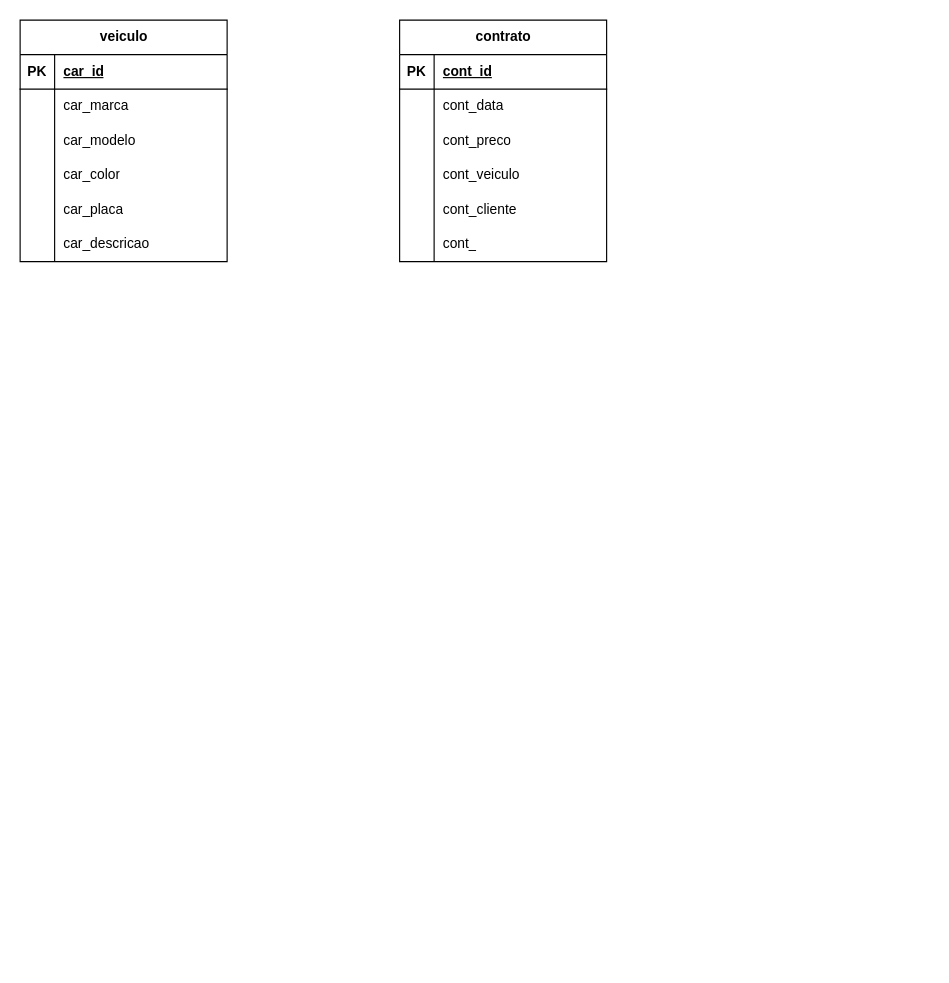
The draw.io diagram Diagrama sem nome.drawio in henrique-furtado47/Banco-de-Dados-I-2025, before the edit. Source tidied: cells renumbered, new cells numbered last; positions are measured from the earlier drawing's top-left corner, leaving out a move shared by most shapes. Both pictures are drawn from the tidied source at 115%, with x=0, y=0 at pixel (20, 20).
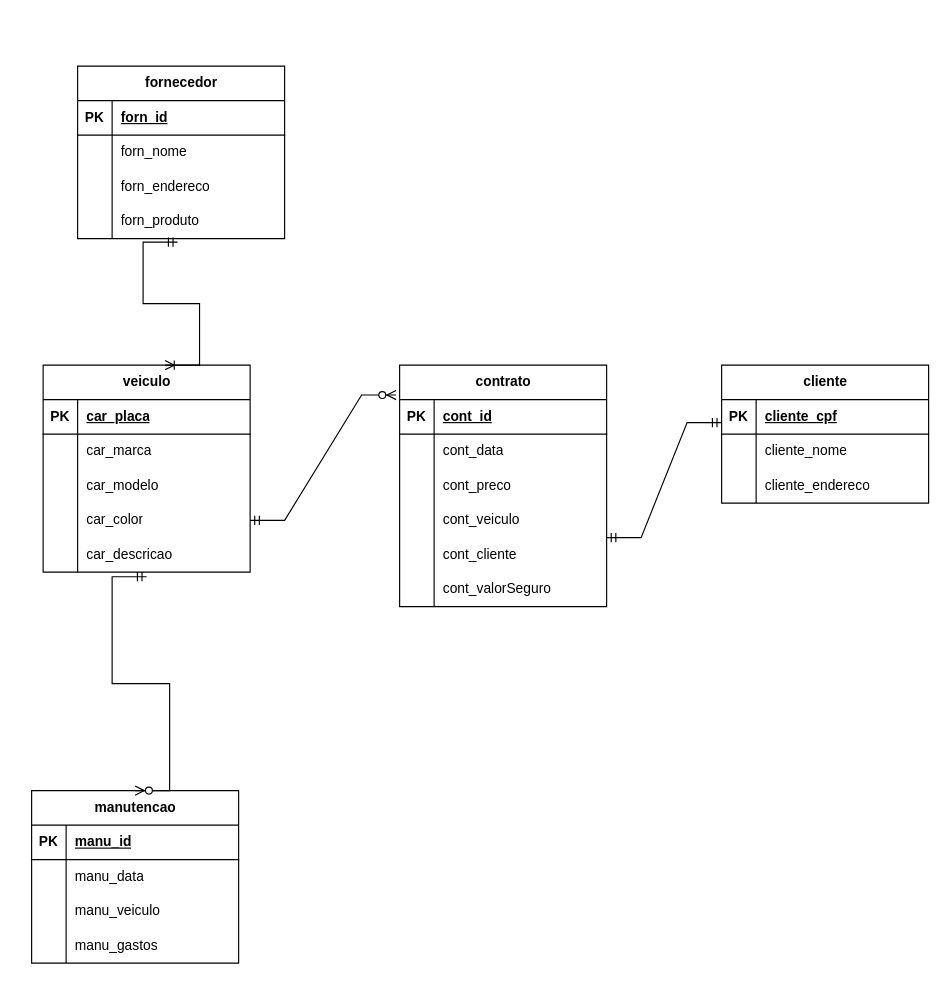
The same diagram, later.

The change refers to these unchanged cells:
```xml
<mxCell id="3" style="shape=tableRow;horizontal=0;startSize=0;swimlaneHead=0;swimlaneBody=0;fillColor=none;top=0;left=0;right=0;bottom=1;" parent="2" vertex="1">
  <mxGeometry y="30" width="180" height="30" as="geometry" />
</mxCell>
<mxCell id="12" style="shape=tableRow;horizontal=0;startSize=0;swimlaneHead=0;swimlaneBody=0;fillColor=none;points=[[0,0.5],[1,0.5]];portConstraint=eastwest;top=0;left=0;right=0;bottom=0;" parent="2" vertex="1">
  <mxGeometry y="120" width="180" height="30" as="geometry" />
</mxCell>
<mxCell id="22" style="shape=tableRow;horizontal=0;startSize=0;swimlaneHead=0;swimlaneBody=0;fillColor=none;points=[[0,0.5],[1,0.5]];portConstraint=eastwest;top=0;left=0;right=0;bottom=1;" parent="21" vertex="1">
  <mxGeometry y="30" width="180" height="30" as="geometry" />
</mxCell>
<mxCell id="37" style="shape=tableRow;horizontal=0;startSize=0;swimlaneHead=0;swimlaneBody=0;fillColor=none;top=0;left=0;right=0;bottom=0;" parent="21" vertex="1">
  <mxGeometry y="180" width="180" height="30" as="geometry" />
</mxCell>
```

Change to the diagram source:
```diff
@@
     <mxCell id="2" value="veiculo" style="shape=table;startSize=30;childLayout=tableLayout;rowLines=0;fontStyle=1;align=center;html=1;" parent="1" vertex="1">
-      <mxGeometry width="180" height="210" as="geometry" />
+      <mxGeometry x="20" y="300" width="180" height="180" as="geometry" />
     </mxCell>
@@
-    <mxCell id="5" value="car_id" style="shape=partialRectangle;fillColor=none;top=0;left=0;bottom=0;right=0;align=left;spacingLeft=6;fontStyle=5;overflow=hidden;whiteSpace=wrap;html=1;" parent="3" vertex="1">
+    <mxCell id="5" value="car_placa" style="shape=partialRectangle;fillColor=none;top=0;left=0;bottom=0;right=0;align=left;spacingLeft=6;fontStyle=5;overflow=hidden;whiteSpace=wrap;html=1;" parent="3" vertex="1">
       <mxGeometry x="30" width="150" height="30" as="geometry" />
     </mxCell>
@@
-    <mxCell id="15" style="shape=tableRow;horizontal=0;startSize=0;swimlaneHead=0;swimlaneBody=0;fillColor=none;top=0;left=0;right=0;bottom=0;" parent="2" vertex="1">
-      <mxGeometry y="150" width="180" height="30" as="geometry" />
-    </mxCell>
-    <mxCell id="16" style="shape=partialRectangle;fillColor=none;top=0;left=0;bottom=0;right=0;overflow=hidden;whiteSpace=wrap;html=1;" parent="15" vertex="1">
-      <mxGeometry width="30" height="30" as="geometry" />
-    </mxCell>
-    <mxCell id="17" value="car_placa" style="shape=partialRectangle;fillColor=none;top=0;left=0;bottom=0;right=0;align=left;spacingLeft=6;overflow=hidden;whiteSpace=wrap;html=1;" parent="15" vertex="1">
-      <mxGeometry x="30" width="150" height="30" as="geometry" />
-    </mxCell>
     <mxCell id="18" style="shape=tableRow;horizontal=0;startSize=0;swimlaneHead=0;swimlaneBody=0;fillColor=none;points=[[0,0.5],[1,0.5]];portConstraint=eastwest;top=0;left=0;right=0;bottom=0;" parent="2" vertex="1">
-      <mxGeometry y="180" width="180" height="30" as="geometry" />
+      <mxGeometry y="150" width="180" height="30" as="geometry" />
     </mxCell>
@@
     <mxCell id="21" value="contrato" style="shape=table;startSize=30;childLayout=tableLayout;rowLines=0;fontStyle=1;align=center;html=1;" parent="1" vertex="1">
-      <mxGeometry x="330" width="180" height="210" as="geometry" />
+      <mxGeometry x="330" y="300" width="180" height="210" as="geometry" />
     </mxCell>
@@
-    <mxCell id="39" value="cont_" style="shape=partialRectangle;fillColor=none;top=0;left=0;bottom=0;right=0;align=left;spacingLeft=6;overflow=hidden;whiteSpace=wrap;html=1;" parent="37" vertex="1">
+    <mxCell id="39" value="cont_valorSeguro" style="shape=partialRectangle;fillColor=none;top=0;left=0;bottom=0;right=0;align=left;spacingLeft=6;overflow=hidden;whiteSpace=wrap;html=1;" parent="37" vertex="1">
       <mxGeometry x="30" width="150" height="30" as="geometry" />
     </mxCell>
+    <mxCell id="40" value="fornecedor" style="shape=table;startSize=30;childLayout=tableLayout;rowLines=0;fontStyle=1;align=center;html=1;" parent="1" vertex="1">
+      <mxGeometry x="50" y="40" width="180" height="150" as="geometry" />
+    </mxCell>
+    <mxCell id="41" style="shape=tableRow;horizontal=0;startSize=0;swimlaneHead=0;swimlaneBody=0;fillColor=none;top=0;left=0;right=0;bottom=1;" parent="40" vertex="1">
+      <mxGeometry y="30" width="180" height="30" as="geometry" />
+    </mxCell>
+    <mxCell id="42" value="PK" style="shape=partialRectangle;fillColor=none;top=0;left=0;bottom=0;right=0;fontStyle=1;overflow=hidden;whiteSpace=wrap;html=1;" parent="41" vertex="1">
+      <mxGeometry width="30" height="30" as="geometry" />
+    </mxCell>
+    <mxCell id="43" value="forn_id" style="shape=partialRectangle;fillColor=none;top=0;left=0;bottom=0;right=0;align=left;spacingLeft=6;fontStyle=5;overflow=hidden;whiteSpace=wrap;html=1;" parent="41" vertex="1">
+      <mxGeometry x="30" width="150" height="30" as="geometry" />
+    </mxCell>
+    <mxCell id="44" style="shape=tableRow;horizontal=0;startSize=0;swimlaneHead=0;swimlaneBody=0;fillColor=none;top=0;left=0;right=0;bottom=0;" parent="40" vertex="1">
+      <mxGeometry y="60" width="180" height="30" as="geometry" />
+    </mxCell>
+    <mxCell id="45" style="shape=partialRectangle;fillColor=none;top=0;left=0;bottom=0;right=0;overflow=hidden;whiteSpace=wrap;html=1;" parent="44" vertex="1">
+      <mxGeometry width="30" height="30" as="geometry" />
+    </mxCell>
+    <mxCell id="46" value="forn_nome" style="shape=partialRectangle;fillColor=none;top=0;left=0;bottom=0;right=0;align=left;spacingLeft=6;overflow=hidden;whiteSpace=wrap;html=1;" parent="44" vertex="1">
+      <mxGeometry x="30" width="150" height="30" as="geometry" />
+    </mxCell>
+    <mxCell id="47" style="shape=tableRow;horizontal=0;startSize=0;swimlaneHead=0;swimlaneBody=0;fillColor=none;top=0;left=0;right=0;bottom=0;" parent="40" vertex="1">
+      <mxGeometry y="90" width="180" height="30" as="geometry" />
+    </mxCell>
+    <mxCell id="48" style="shape=partialRectangle;fillColor=none;top=0;left=0;bottom=0;right=0;overflow=hidden;whiteSpace=wrap;html=1;" parent="47" vertex="1">
+      <mxGeometry width="30" height="30" as="geometry" />
+    </mxCell>
+    <mxCell id="49" value="forn_endereco" style="shape=partialRectangle;fillColor=none;top=0;left=0;bottom=0;right=0;align=left;spacingLeft=6;overflow=hidden;whiteSpace=wrap;html=1;" parent="47" vertex="1">
+      <mxGeometry x="30" width="150" height="30" as="geometry" />
+    </mxCell>
+    <mxCell id="50" style="shape=tableRow;horizontal=0;startSize=0;swimlaneHead=0;swimlaneBody=0;fillColor=none;points=[[0,0.5],[1,0.5]];portConstraint=eastwest;top=0;left=0;right=0;bottom=0;" parent="40" vertex="1">
+      <mxGeometry y="120" width="180" height="30" as="geometry" />
+    </mxCell>
+    <mxCell id="51" style="shape=partialRectangle;fillColor=none;top=0;left=0;bottom=0;right=0;overflow=hidden;whiteSpace=wrap;html=1;" parent="50" vertex="1">
+      <mxGeometry width="30" height="30" as="geometry" />
+    </mxCell>
+    <mxCell id="52" value="forn_produto" style="shape=partialRectangle;fillColor=none;top=0;left=0;bottom=0;right=0;align=left;spacingLeft=6;overflow=hidden;whiteSpace=wrap;html=1;" parent="50" vertex="1">
+      <mxGeometry x="30" width="150" height="30" as="geometry" />
+    </mxCell>
+    <mxCell id="53" style="edgeStyle=entityRelationEdgeStyle;fontSize=12;html=1;endArrow=ERzeroToMany;startArrow=ERmandOne;rounded=0;exitX=1;exitY=0.5;exitDx=0;exitDy=0;entryX=-0.017;entryY=-0.133;entryDx=0;entryDy=0;entryPerimeter=0;" parent="1" edge="1" source="12" target="22">
+      <mxGeometry relative="1" as="geometry">
+        <Array as="points">
+          <mxPoint x="160" y="400" />
+        </Array>
+      </mxGeometry>
+    </mxCell>
+    <mxCell id="54" style="edgeStyle=entityRelationEdgeStyle;fontSize=12;html=1;endArrow=ERoneToMany;startArrow=ERmandOne;rounded=0;exitX=0.483;exitY=1.1;exitDx=0;exitDy=0;exitPerimeter=0;entryX=0.589;entryY=0;entryDx=0;entryDy=0;entryPerimeter=0;" parent="1" edge="1" source="50" target="2">
+      <mxGeometry relative="1" as="geometry">
+        <Array as="points">
+          <mxPoint x="570" y="40" />
+          <mxPoint x="540" y="200" />
+          <mxPoint x="550" y="200" />
+        </Array>
+      </mxGeometry>
+    </mxCell>
+    <mxCell id="55" value="cliente" style="shape=table;startSize=30;childLayout=tableLayout;rowLines=0;fontStyle=1;align=center;html=1;" parent="1" vertex="1">
+      <mxGeometry x="610" y="300" width="180" height="120" as="geometry" />
+    </mxCell>
+    <mxCell id="56" style="shape=tableRow;horizontal=0;startSize=0;swimlaneHead=0;swimlaneBody=0;fillColor=none;top=0;left=0;right=0;bottom=1;" parent="55" vertex="1">
+      <mxGeometry y="30" width="180" height="30" as="geometry" />
+    </mxCell>
+    <mxCell id="57" value="PK" style="shape=partialRectangle;fillColor=none;top=0;left=0;bottom=0;right=0;fontStyle=1;overflow=hidden;whiteSpace=wrap;html=1;" parent="56" vertex="1">
+      <mxGeometry width="30" height="30" as="geometry" />
+    </mxCell>
+    <mxCell id="58" value="cliente_cpf" style="shape=partialRectangle;fillColor=none;top=0;left=0;bottom=0;right=0;align=left;spacingLeft=6;fontStyle=5;overflow=hidden;whiteSpace=wrap;html=1;" parent="56" vertex="1">
+      <mxGeometry x="30" width="150" height="30" as="geometry" />
+    </mxCell>
+    <mxCell id="59" style="shape=tableRow;horizontal=0;startSize=0;swimlaneHead=0;swimlaneBody=0;fillColor=none;top=0;left=0;right=0;bottom=0;" parent="55" vertex="1">
+      <mxGeometry y="60" width="180" height="30" as="geometry" />
+    </mxCell>
+    <mxCell id="60" style="shape=partialRectangle;fillColor=none;top=0;left=0;bottom=0;right=0;overflow=hidden;whiteSpace=wrap;html=1;" parent="59" vertex="1">
+      <mxGeometry width="30" height="30" as="geometry" />
+    </mxCell>
+    <mxCell id="61" value="cliente_nome" style="shape=partialRectangle;fillColor=none;top=0;left=0;bottom=0;right=0;align=left;spacingLeft=6;overflow=hidden;whiteSpace=wrap;html=1;" parent="59" vertex="1">
+      <mxGeometry x="30" width="150" height="30" as="geometry" />
+    </mxCell>
+    <mxCell id="62" style="shape=tableRow;horizontal=0;startSize=0;swimlaneHead=0;swimlaneBody=0;fillColor=none;top=0;left=0;right=0;bottom=0;" parent="55" vertex="1">
+      <mxGeometry y="90" width="180" height="30" as="geometry" />
+    </mxCell>
+    <mxCell id="63" style="shape=partialRectangle;fillColor=none;top=0;left=0;bottom=0;right=0;overflow=hidden;whiteSpace=wrap;html=1;" parent="62" vertex="1">
+      <mxGeometry width="30" height="30" as="geometry" />
+    </mxCell>
+    <mxCell id="64" value="cliente_endereco" style="shape=partialRectangle;fillColor=none;top=0;left=0;bottom=0;right=0;align=left;spacingLeft=6;overflow=hidden;whiteSpace=wrap;html=1;" parent="62" vertex="1">
+      <mxGeometry x="30" width="150" height="30" as="geometry" />
+    </mxCell>
+    <mxCell id="65" style="edgeStyle=entityRelationEdgeStyle;fontSize=12;html=1;endArrow=ERmandOne;startArrow=ERmandOne;rounded=0;" parent="1" edge="1">
+      <mxGeometry relative="1" as="geometry">
+        <mxPoint x="510" y="450" as="sourcePoint" />
+        <mxPoint x="610" y="350" as="targetPoint" />
+        <Array as="points">
+          <mxPoint x="730" y="390" />
+          <mxPoint x="650" y="400" />
+        </Array>
+      </mxGeometry>
+    </mxCell>
+    <mxCell id="66" value="manutencao" style="shape=table;startSize=30;childLayout=tableLayout;rowLines=0;fontStyle=1;align=center;html=1;" parent="1" vertex="1">
+      <mxGeometry x="10" y="670" width="180" height="150" as="geometry" />
+    </mxCell>
+    <mxCell id="67" style="shape=tableRow;horizontal=0;startSize=0;swimlaneHead=0;swimlaneBody=0;fillColor=none;top=0;left=0;right=0;bottom=1;" parent="66" vertex="1">
+      <mxGeometry y="30" width="180" height="30" as="geometry" />
+    </mxCell>
+    <mxCell id="68" value="PK" style="shape=partialRectangle;fillColor=none;top=0;left=0;bottom=0;right=0;fontStyle=1;overflow=hidden;whiteSpace=wrap;html=1;" parent="67" vertex="1">
+      <mxGeometry width="30" height="30" as="geometry" />
+    </mxCell>
+    <mxCell id="69" value="manu_id" style="shape=partialRectangle;fillColor=none;top=0;left=0;bottom=0;right=0;align=left;spacingLeft=6;fontStyle=5;overflow=hidden;whiteSpace=wrap;html=1;" parent="67" vertex="1">
+      <mxGeometry x="30" width="150" height="30" as="geometry" />
+    </mxCell>
+    <mxCell id="70" style="shape=tableRow;horizontal=0;startSize=0;swimlaneHead=0;swimlaneBody=0;fillColor=none;top=0;left=0;right=0;bottom=0;" parent="66" vertex="1">
+      <mxGeometry y="60" width="180" height="30" as="geometry" />
+    </mxCell>
+    <mxCell id="71" style="shape=partialRectangle;fillColor=none;top=0;left=0;bottom=0;right=0;overflow=hidden;whiteSpace=wrap;html=1;" parent="70" vertex="1">
+      <mxGeometry width="30" height="30" as="geometry" />
+    </mxCell>
+    <mxCell id="72" value="manu_data" style="shape=partialRectangle;fillColor=none;top=0;left=0;bottom=0;right=0;align=left;spacingLeft=6;overflow=hidden;whiteSpace=wrap;html=1;" parent="70" vertex="1">
+      <mxGeometry x="30" width="150" height="30" as="geometry" />
+    </mxCell>
+    <mxCell id="73" style="shape=tableRow;horizontal=0;startSize=0;swimlaneHead=0;swimlaneBody=0;fillColor=none;top=0;left=0;right=0;bottom=0;" parent="66" vertex="1">
+      <mxGeometry y="90" width="180" height="30" as="geometry" />
+    </mxCell>
+    <mxCell id="74" style="shape=partialRectangle;fillColor=none;top=0;left=0;bottom=0;right=0;overflow=hidden;whiteSpace=wrap;html=1;" parent="73" vertex="1">
+      <mxGeometry width="30" height="30" as="geometry" />
+    </mxCell>
+    <mxCell id="75" value="manu_veiculo" style="shape=partialRectangle;fillColor=none;top=0;left=0;bottom=0;right=0;align=left;spacingLeft=6;overflow=hidden;whiteSpace=wrap;html=1;" parent="73" vertex="1">
+      <mxGeometry x="30" width="150" height="30" as="geometry" />
+    </mxCell>
+    <mxCell id="76" style="shape=tableRow;horizontal=0;startSize=0;swimlaneHead=0;swimlaneBody=0;fillColor=none;top=0;left=0;right=0;bottom=0;" parent="66" vertex="1">
+      <mxGeometry y="120" width="180" height="30" as="geometry" />
+    </mxCell>
+    <mxCell id="77" style="shape=partialRectangle;fillColor=none;top=0;left=0;bottom=0;right=0;overflow=hidden;whiteSpace=wrap;html=1;" parent="76" vertex="1">
+      <mxGeometry width="30" height="30" as="geometry" />
+    </mxCell>
+    <mxCell id="78" value="manu_gastos" style="shape=partialRectangle;fillColor=none;top=0;left=0;bottom=0;right=0;align=left;spacingLeft=6;overflow=hidden;whiteSpace=wrap;html=1;" parent="76" vertex="1">
+      <mxGeometry x="30" width="150" height="30" as="geometry" />
+    </mxCell>
+    <mxCell id="79" style="edgeStyle=entityRelationEdgeStyle;fontSize=12;html=1;endArrow=ERzeroToMany;startArrow=ERmandOne;rounded=0;exitX=0.5;exitY=1.133;exitDx=0;exitDy=0;exitPerimeter=0;entryX=0.5;entryY=0;entryDx=0;entryDy=0;" parent="1" edge="1" source="18" target="66">
+      <mxGeometry relative="1" as="geometry">
+        <Array as="points">
+          <mxPoint x="33" y="604" />
+          <mxPoint x="123" y="614" />
+        </Array>
+      </mxGeometry>
+    </mxCell>
```
